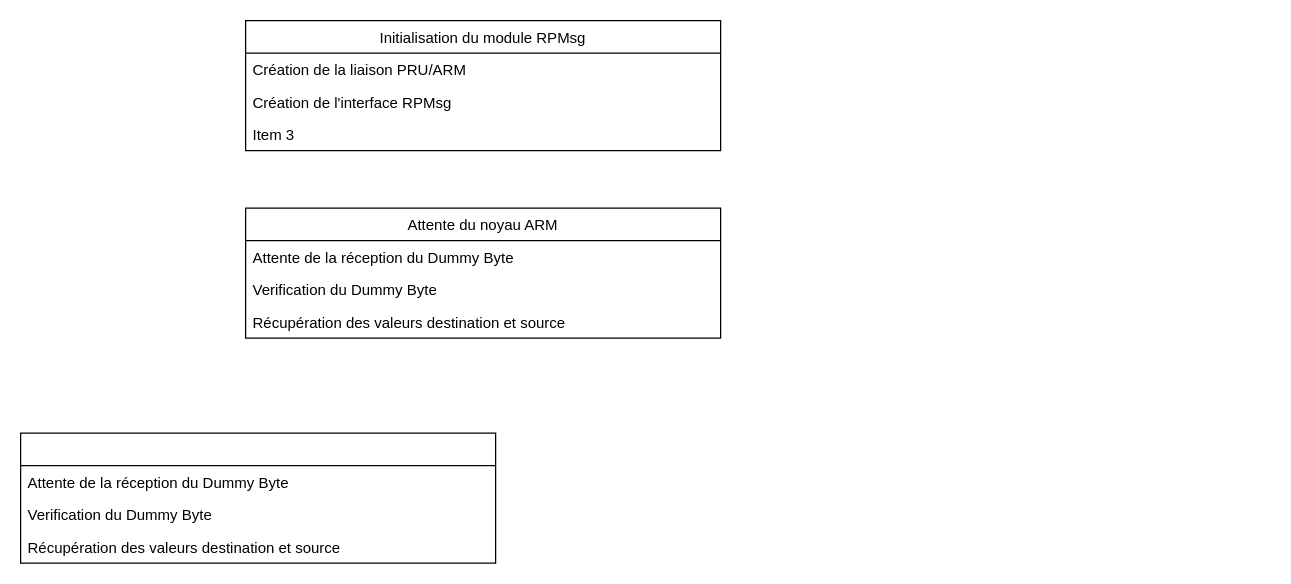
The draw.io diagram page "Page-4" (4 of 4) of search/Untitled Diagram.drawio in YKhimage1/libnx, before the edit. Source tidied: cells renumbered, new cells numbered last; positions are measured from the earlier drawing's top-left corner, leaving out a move shared by most shapes. Both pictures are drawn from the tidied source at 125%, with x=0, y=0 at pixel (20, 20).
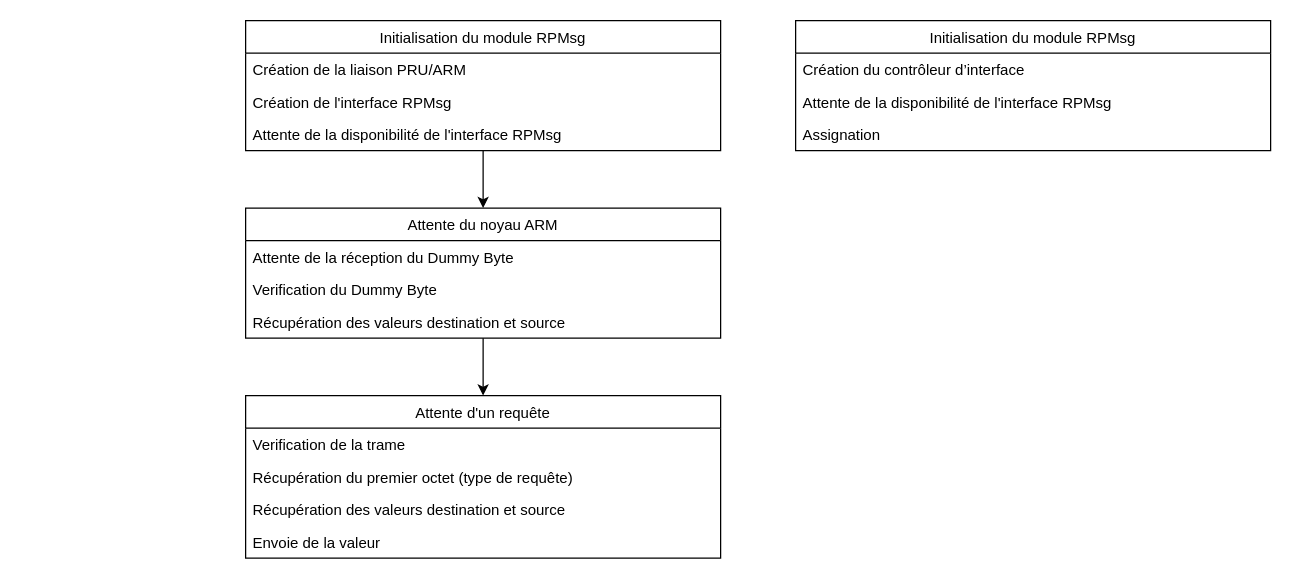
The same page after the edit.

The change refers to these unchanged cells:
```xml
<mxCell id="2" value="Initialisation du module RPMsg" style="swimlane;fontStyle=0;horizontal=1;startSize=26;verticalAlign=top;" parent="1" vertex="1">
  <mxGeometry x="180" width="380" height="104" as="geometry" />
</mxCell>
<mxCell id="6" value="Attente du noyau ARM" style="swimlane;fontStyle=0;horizontal=1;startSize=26;verticalAlign=top;" parent="1" vertex="1">
  <mxGeometry x="180" y="150" width="380" height="104" as="geometry" />
</mxCell>
```

Diff of the diagram source:
```diff
@@
+    <mxCell id="14" style="edgeStyle=orthogonalEdgeStyle;rounded=0;jettySize=auto;html=1;entryX=0.5;entryY=0;entryDx=0;entryDy=0;" parent="1" edge="1" source="2" target="6">
+      <mxGeometry relative="1" as="geometry" />
+    </mxCell>
@@
-    <mxCell id="5" value="Item 3" style="text;strokeColor=none;fillColor=none;align=left;verticalAlign=top;spacingLeft=4;spacingRight=4;overflow=hidden;" parent="2" vertex="1">
+    <mxCell id="5" value="Attente de la disponibilité de l'interface RPMsg" style="text;strokeColor=none;fillColor=none;align=left;verticalAlign=top;spacingLeft=4;spacingRight=4;overflow=hidden;" parent="2" vertex="1">
       <mxGeometry y="78" width="380" height="26" as="geometry" />
     </mxCell>
+    <mxCell id="15" style="edgeStyle=orthogonalEdgeStyle;rounded=0;jettySize=auto;html=1;entryX=0.5;entryY=0;entryDx=0;entryDy=0;" parent="1" edge="1" source="6" target="16">
+      <mxGeometry relative="1" as="geometry" />
+    </mxCell>
@@
-    <mxCell id="10" style="swimlane;fontStyle=0;horizontal=1;startSize=26;verticalAlign=top;" parent="1" vertex="1">
-      <mxGeometry y="330" width="380" height="104" as="geometry" />
-    </mxCell>
-    <mxCell id="11" value="Attente de la réception du Dummy Byte" style="text;strokeColor=none;fillColor=none;align=left;verticalAlign=top;spacingLeft=4;spacingRight=4;overflow=hidden;" parent="10" vertex="1">
-      <mxGeometry y="26" width="380" height="26" as="geometry" />
-    </mxCell>
-    <mxCell id="12" value="Verification du Dummy Byte " style="text;strokeColor=none;fillColor=none;align=left;verticalAlign=top;spacingLeft=4;spacingRight=4;overflow=hidden;" parent="10" vertex="1">
-      <mxGeometry y="52" width="380" height="26" as="geometry" />
-    </mxCell>
+    <mxCell id="16" value="Attente d'un requête" style="swimlane;fontStyle=0;horizontal=1;startSize=26;verticalAlign=top;" parent="1" vertex="1">
+      <mxGeometry x="180" y="300" width="380" height="130" as="geometry" />
+    </mxCell>
+    <mxCell id="17" value="Verification de la trame" style="text;strokeColor=none;fillColor=none;align=left;verticalAlign=top;spacingLeft=4;spacingRight=4;overflow=hidden;" parent="16" vertex="1">
+      <mxGeometry y="26" width="380" height="26" as="geometry" />
+    </mxCell>
+    <mxCell id="18" value="Récupération du premier octet (type de requête)" style="text;strokeColor=none;fillColor=none;align=left;verticalAlign=top;spacingLeft=4;spacingRight=4;overflow=hidden;" parent="16" vertex="1">
+      <mxGeometry y="52" width="380" height="26" as="geometry" />
+    </mxCell>
-    <mxCell id="13" value="Récupération des valeurs destination et source" style="text;strokeColor=none;fillColor=none;align=left;verticalAlign=top;spacingLeft=4;spacingRight=4;overflow=hidden;" parent="10" vertex="1">
+    <mxCell id="13" value="Récupération des valeurs destination et source" style="text;strokeColor=none;fillColor=none;align=left;verticalAlign=top;spacingLeft=4;spacingRight=4;overflow=hidden;" parent="16" vertex="1">
       <mxGeometry y="78" width="380" height="26" as="geometry" />
     </mxCell>
+    <mxCell id="19" value="Envoie de la valeur" style="text;strokeColor=none;fillColor=none;align=left;verticalAlign=top;spacingLeft=4;spacingRight=4;overflow=hidden;" parent="16" vertex="1">
+      <mxGeometry y="104" width="380" height="26" as="geometry" />
+    </mxCell>
+    <mxCell id="20" value="Initialisation du module RPMsg" style="swimlane;fontStyle=0;horizontal=1;startSize=26;verticalAlign=top;" parent="1" vertex="1">
+      <mxGeometry x="620" width="380" height="104" as="geometry" />
+    </mxCell>
+    <mxCell id="21" value="Création du contrôleur d’interface" style="text;strokeColor=none;fillColor=none;align=left;verticalAlign=top;spacingLeft=4;spacingRight=4;overflow=hidden;" parent="20" vertex="1">
+      <mxGeometry y="26" width="380" height="26" as="geometry" />
+    </mxCell>
+    <mxCell id="22" value="Attente de la disponibilité de l'interface RPMsg" style="text;strokeColor=none;fillColor=none;align=left;verticalAlign=top;spacingLeft=4;spacingRight=4;overflow=hidden;" parent="20" vertex="1">
+      <mxGeometry y="52" width="380" height="26" as="geometry" />
+    </mxCell>
+    <mxCell id="23" value="Assignation" style="text;strokeColor=none;fillColor=none;align=left;verticalAlign=top;spacingLeft=4;spacingRight=4;overflow=hidden;" parent="20" vertex="1">
+      <mxGeometry y="78" width="380" height="26" as="geometry" />
+    </mxCell>
```
